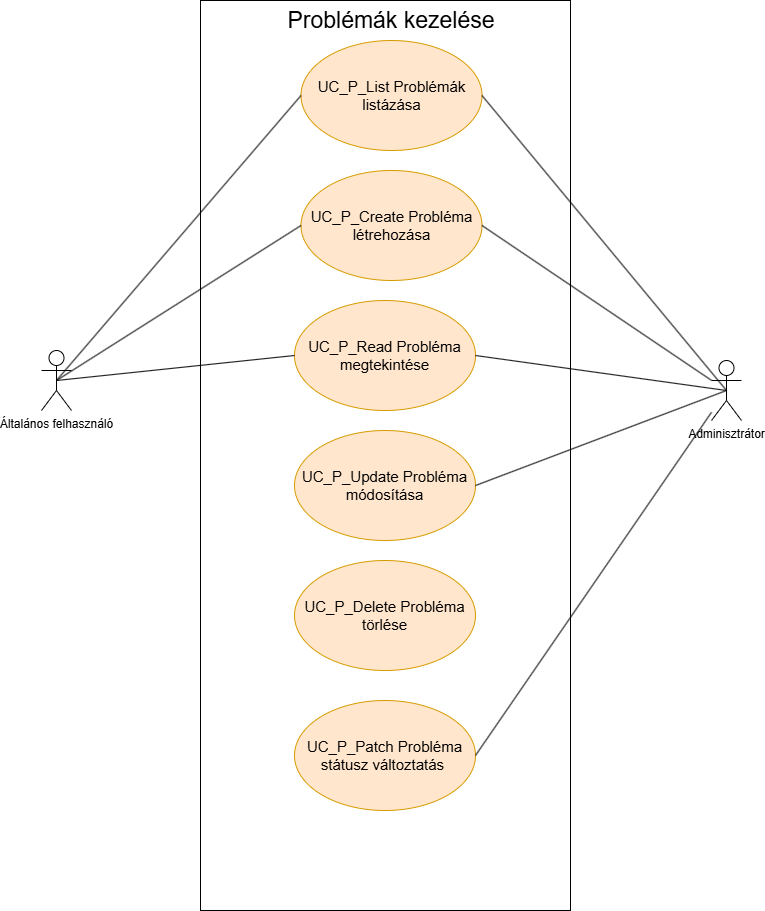
Above: static/UC_diagrams/manageProblemsUseCases.drawio.png in killervarju/vizsgaremekDokumentacio (draw.io), before the change. Source tidied: cells renumbered, new cells last; positions are measured from the earlier drawing's top-left corner, leaving out a move shared by most shapes.
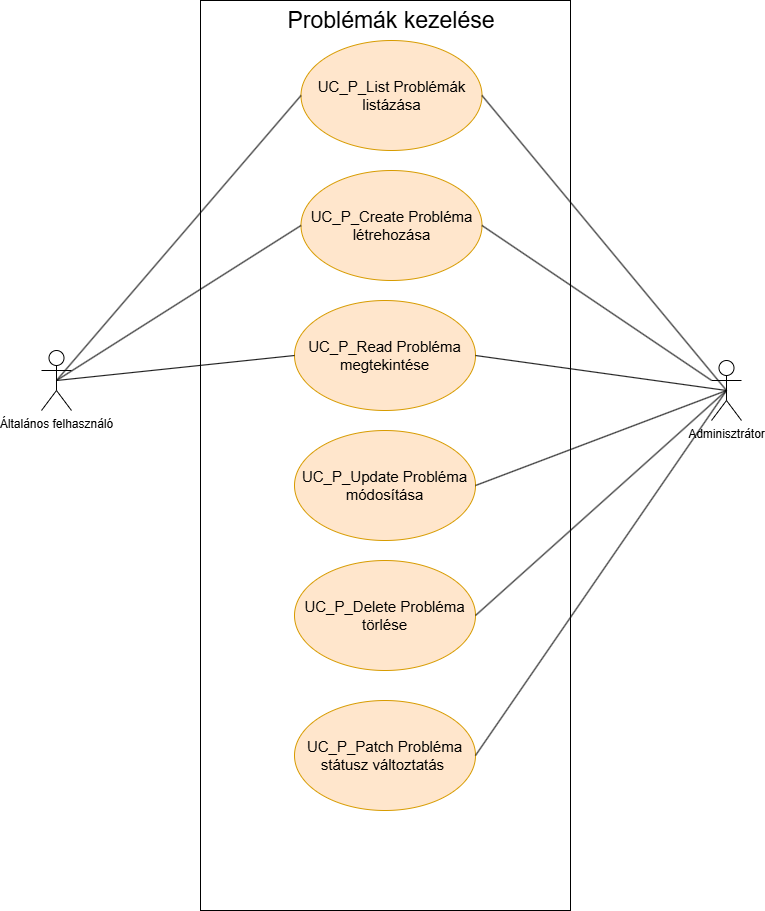
After the commit.

Change to the diagram source:
```diff
@@ -53,8 +53,11 @@
     <mxCell id="18" value="UC_P_Patch Probléma státusz változtatás&amp;nbsp;" style="ellipse;whiteSpace=wrap;html=1;labelBackgroundColor=none;fillColor=#ffe6cc;strokeColor=#d79b00;fontSize=15;" parent="1" vertex="1">
       <mxGeometry x="253" y="700" width="181" height="110" as="geometry" />
     </mxCell>
-    <mxCell id="19" style="endArrow=none;html=1;rounded=0;exitX=1;exitY=0.5;exitDx=0;exitDy=0;" parent="1" edge="1" source="18" target="3">
+    <mxCell id="19" style="endArrow=none;html=1;rounded=0;exitX=1;exitY=0.5;exitDx=0;exitDy=0;entryX=0.5;entryY=0.5;entryDx=0;entryDy=0;entryPerimeter=0;" parent="1" edge="1" source="18" target="3">
       <mxGeometry relative="1" as="geometry" />
     </mxCell>
+    <mxCell id="20" style="endArrow=none;html=1;rounded=0;entryX=0.5;entryY=0.5;entryDx=0;entryDy=0;entryPerimeter=0;exitX=1;exitY=0.5;exitDx=0;exitDy=0;" parent="1" edge="1" source="17" target="3">
+      <mxGeometry relative="1" as="geometry" />
+    </mxCell>
   </root>
 </mxGraphModel>
```
